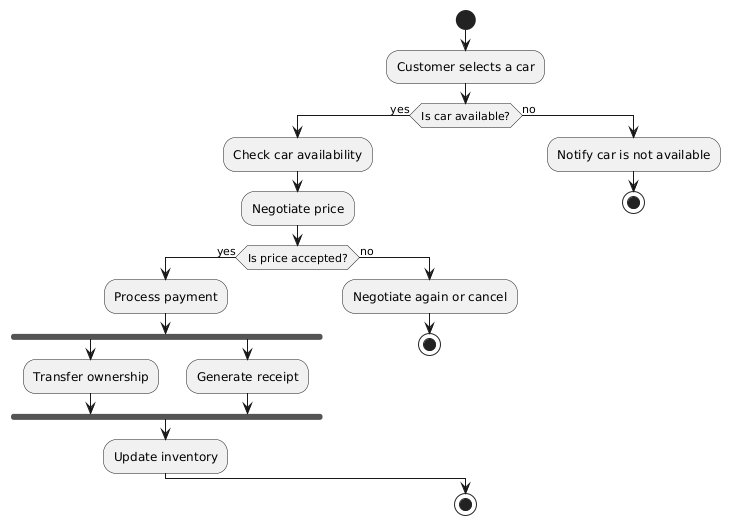
This is Diagrams/UML Diagrams/Selling a Car Activity Diagram/Selling a Car Activity Diagram.png from Snow0611/CarDealershipCS440, a PlantUML export, as it was before one commit.
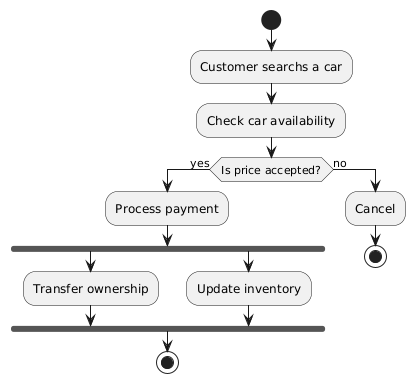
The same file after the commit.

Commit message:
Update Activity Diagram

The edit, as a diff of the source:
```diff
@@ -1,28 +1,17 @@
 @startuml
 start
-
-:Customer selects a car;
-
-if (Is car available?) then (yes)
+:Customer searchs a car;
   :Check car availability;
-  :Negotiate price;
-
   if (Is price accepted?) then (yes)
     :Process payment;
     fork
       :Transfer ownership;
     fork again
-      :Generate receipt;
+      :Update inventory;
     end fork
-    :Update inventory;
+    stop
   else (no)
-    :Negotiate again or cancel;
+    :Cancel;
     stop
-  endif
-else (no)
-  :Notify car is not available;
-  stop
 endif
-
-stop
 @enduml
```
